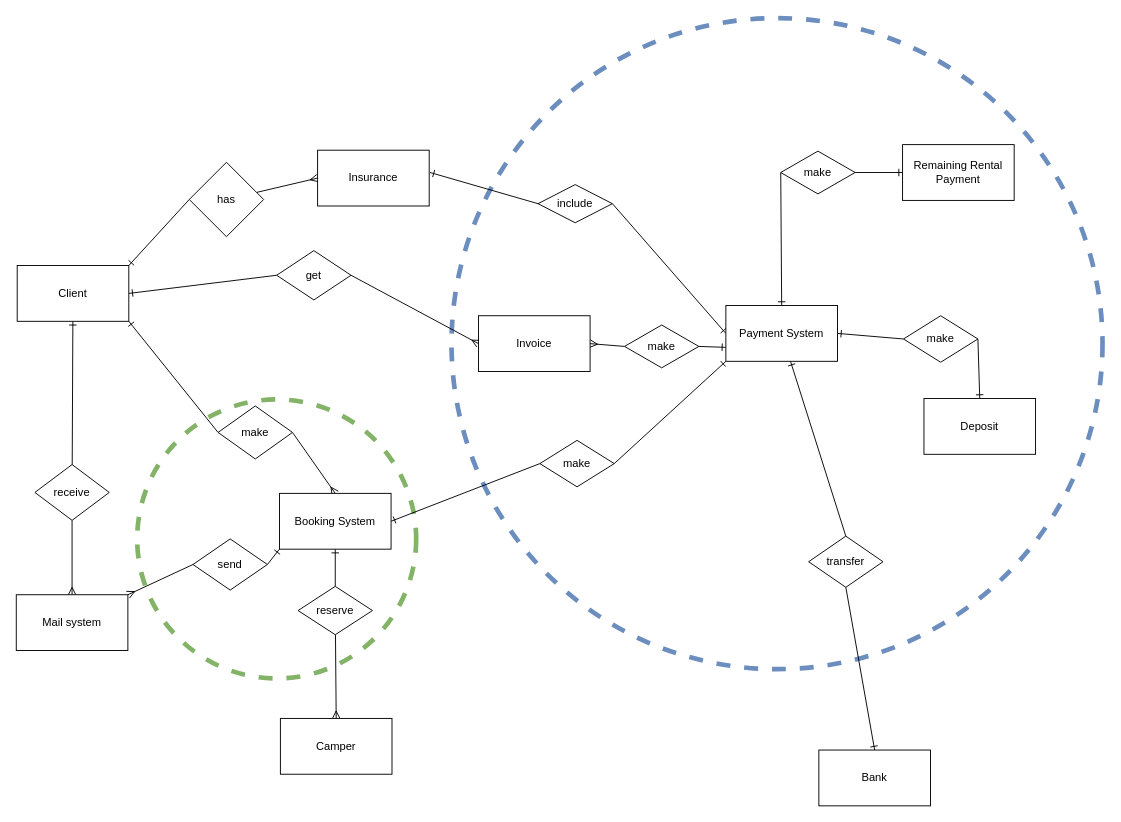
This is page "ER" (1 of 2) of Document/Diagram/ER_DiagramCamper.drawio from Fei-D20/The_Autocamper_rental_business, a draw.io file, before an edit. Source tidied: cells renumbered, new cells numbered last; positions are measured from the earlier drawing's top-left corner, leaving out a move shared by most shapes. Both pictures are drawn from the tidied source at 93%, with x=0, y=0 at pixel (16, 18).
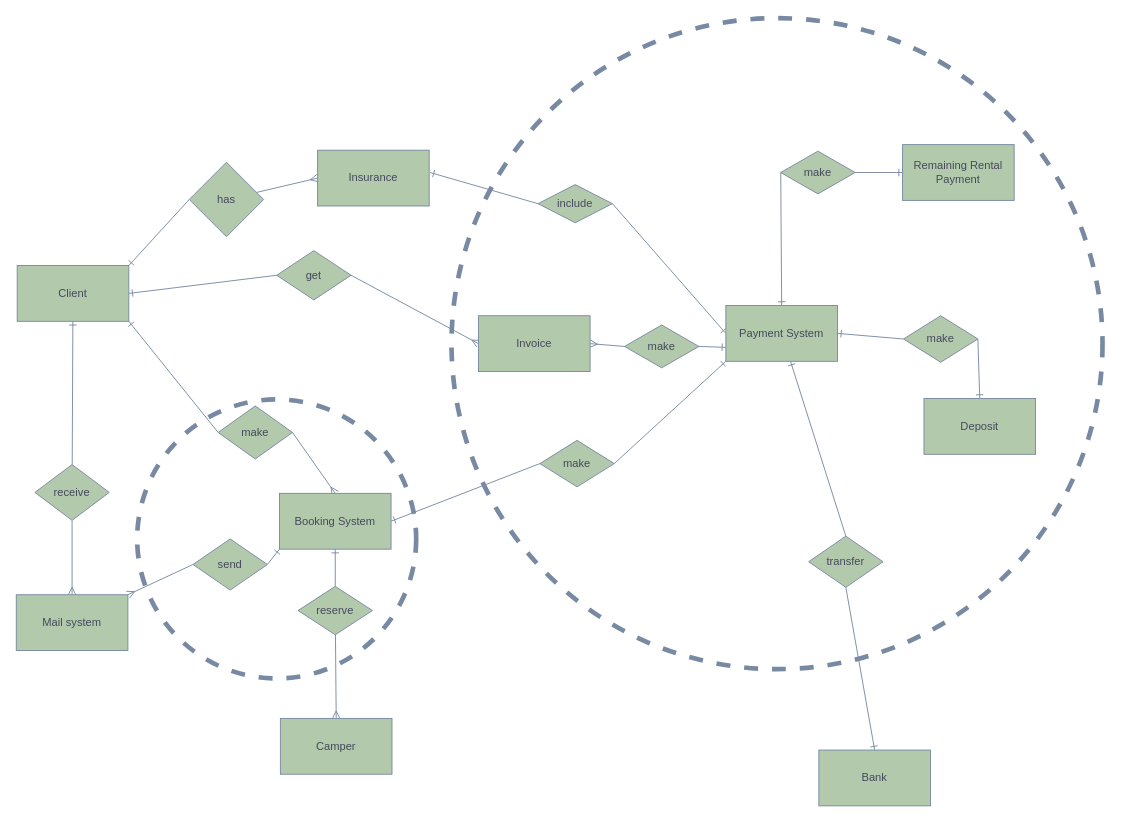
Above is the later version.

Change to the diagram source:
```diff
@@
-    <mxCell id="2" style="ellipse;whiteSpace=wrap;html=1;strokeColor=#6c8ebf;fillColor=none;dashed=1;strokeWidth=5;" parent="1" vertex="1">
+    <mxCell id="2" style="ellipse;whiteSpace=wrap;html=1;strokeColor=#788AA3;fillColor=none;dashed=1;strokeWidth=5;fontColor=#46495D;" parent="1" vertex="1">
       <mxGeometry x="468" width="700" height="700" as="geometry" />
     </mxCell>
-    <mxCell id="3" style="ellipse;whiteSpace=wrap;html=1;dashed=1;strokeWidth=5;strokeColor=#82b366;fillColor=none;" parent="1" vertex="1">
+    <mxCell id="3" style="ellipse;whiteSpace=wrap;html=1;dashed=1;strokeWidth=5;strokeColor=#788AA3;fillColor=none;fontColor=#46495D;" parent="1" vertex="1">
       <mxGeometry x="130" y="410" width="300" height="300" as="geometry" />
     </mxCell>
-    <mxCell id="4" style="edgeStyle=none;rounded=0;jettySize=auto;html=1;entryX=0;entryY=0.5;entryDx=0;entryDy=0;startArrow=ERone;startFill=0;endArrow=none;endFill=0;exitX=1;exitY=1;exitDx=0;exitDy=0;" parent="1" edge="1" source="40" target="6">
+    <mxCell id="4" style="edgeStyle=none;rounded=0;jettySize=auto;html=1;entryX=0;entryY=0.5;entryDx=0;entryDy=0;startArrow=ERone;startFill=0;endArrow=none;endFill=0;exitX=1;exitY=1;exitDx=0;exitDy=0;strokeColor=#788AA3;fontColor=#46495D;" parent="1" edge="1" source="40" target="6">
       <mxGeometry relative="1" as="geometry" />
     </mxCell>
-    <mxCell id="5" style="edgeStyle=none;rounded=0;jettySize=auto;html=1;entryX=0.5;entryY=0;entryDx=0;entryDy=0;endArrow=ERmany;endFill=0;exitX=1;exitY=0.5;exitDx=0;exitDy=0;" parent="1" edge="1" source="6" target="43">
+    <mxCell id="5" style="edgeStyle=none;rounded=0;jettySize=auto;html=1;entryX=0.5;entryY=0;entryDx=0;entryDy=0;endArrow=ERmany;endFill=0;exitX=1;exitY=0.5;exitDx=0;exitDy=0;strokeColor=#788AA3;fontColor=#46495D;" parent="1" edge="1" source="6" target="43">
       <mxGeometry relative="1" as="geometry" />
     </mxCell>
-    <mxCell id="6" value="make" style="rhombus;whiteSpace=wrap;html=1;" parent="1" vertex="1">
+    <mxCell id="6" value="make" style="rhombus;whiteSpace=wrap;html=1;fillColor=#B2C9AB;strokeColor=#788AA3;fontColor=#46495D;" parent="1" vertex="1">
       <mxGeometry x="217" y="417" width="80" height="57" as="geometry" />
     </mxCell>
-    <mxCell id="7" style="edgeStyle=none;rounded=0;jettySize=auto;html=1;entryX=0;entryY=0.5;entryDx=0;entryDy=0;startArrow=ERone;startFill=0;endArrow=none;endFill=0;exitX=1;exitY=0.5;exitDx=0;exitDy=0;" parent="1" edge="1" source="43" target="10">
+    <mxCell id="7" style="edgeStyle=none;rounded=0;jettySize=auto;html=1;entryX=0;entryY=0.5;entryDx=0;entryDy=0;startArrow=ERone;startFill=0;endArrow=none;endFill=0;exitX=1;exitY=0.5;exitDx=0;exitDy=0;strokeColor=#788AA3;fontColor=#46495D;" parent="1" edge="1" source="43" target="10">
       <mxGeometry relative="1" as="geometry" />
     </mxCell>
-    <mxCell id="8" style="edgeStyle=none;rounded=0;jettySize=auto;html=1;startArrow=ERone;startFill=0;endArrow=none;endFill=0;" parent="1" edge="1" source="43" target="13">
+    <mxCell id="8" style="edgeStyle=none;rounded=0;jettySize=auto;html=1;startArrow=ERone;startFill=0;endArrow=none;endFill=0;strokeColor=#788AA3;fontColor=#46495D;" parent="1" edge="1" source="43" target="13">
       <mxGeometry relative="1" as="geometry" />
     </mxCell>
-    <mxCell id="9" style="edgeStyle=none;rounded=0;jettySize=auto;html=1;startArrow=none;startFill=0;endArrow=ERone;endFill=0;entryX=0;entryY=1;entryDx=0;entryDy=0;exitX=1;exitY=0.5;exitDx=0;exitDy=0;" parent="1" edge="1" source="10" target="47">
+    <mxCell id="9" style="edgeStyle=none;rounded=0;jettySize=auto;html=1;startArrow=none;startFill=0;endArrow=ERone;endFill=0;entryX=0;entryY=1;entryDx=0;entryDy=0;exitX=1;exitY=0.5;exitDx=0;exitDy=0;strokeColor=#788AA3;fontColor=#46495D;" parent="1" edge="1" source="10" target="47">
       <mxGeometry relative="1" as="geometry" />
     </mxCell>
-    <mxCell id="10" value="make" style="rhombus;whiteSpace=wrap;html=1;" parent="1" vertex="1">
+    <mxCell id="10" value="make" style="rhombus;whiteSpace=wrap;html=1;fillColor=#B2C9AB;strokeColor=#788AA3;fontColor=#46495D;" parent="1" vertex="1">
       <mxGeometry x="563" y="454" width="80" height="50" as="geometry" />
     </mxCell>
-    <mxCell id="11" style="rounded=0;jettySize=auto;html=1;entryX=0;entryY=0.5;entryDx=0;entryDy=0;startArrow=ERone;startFill=0;endArrow=none;endFill=0;exitX=1;exitY=0;exitDx=0;exitDy=0;" parent="1" edge="1" source="40" target="15">
+    <mxCell id="11" style="rounded=0;jettySize=auto;html=1;entryX=0;entryY=0.5;entryDx=0;entryDy=0;startArrow=ERone;startFill=0;endArrow=none;endFill=0;exitX=1;exitY=0;exitDx=0;exitDy=0;strokeColor=#788AA3;fontColor=#46495D;" parent="1" edge="1" source="40" target="15">
       <mxGeometry relative="1" as="geometry" />
     </mxCell>
-    <mxCell id="12" style="edgeStyle=none;rounded=0;jettySize=auto;html=1;endArrow=ERmany;endFill=0;entryX=0.5;entryY=0;entryDx=0;entryDy=0;" parent="1" edge="1" source="13" target="42">
+    <mxCell id="12" style="edgeStyle=none;rounded=0;jettySize=auto;html=1;endArrow=ERmany;endFill=0;entryX=0.5;entryY=0;entryDx=0;entryDy=0;strokeColor=#788AA3;fontColor=#46495D;" parent="1" edge="1" source="13" target="42">
       <mxGeometry relative="1" as="geometry" />
     </mxCell>
-    <mxCell id="13" value="reserve" style="rhombus;whiteSpace=wrap;html=1;" parent="1" vertex="1">
+    <mxCell id="13" value="reserve" style="rhombus;whiteSpace=wrap;html=1;fillColor=#B2C9AB;strokeColor=#788AA3;fontColor=#46495D;" parent="1" vertex="1">
       <mxGeometry x="303" y="611" width="80" height="52" as="geometry" />
     </mxCell>
-    <mxCell id="14" style="edgeStyle=none;rounded=0;jettySize=auto;html=1;endArrow=ERmany;endFill=0;entryX=0;entryY=0.5;entryDx=0;entryDy=0;" parent="1" edge="1" source="15" target="44">
+    <mxCell id="14" style="edgeStyle=none;rounded=0;jettySize=auto;html=1;endArrow=ERmany;endFill=0;entryX=0;entryY=0.5;entryDx=0;entryDy=0;strokeColor=#788AA3;fontColor=#46495D;" parent="1" edge="1" source="15" target="44">
       <mxGeometry relative="1" as="geometry" />
     </mxCell>
-    <mxCell id="15" value="has" style="rhombus;whiteSpace=wrap;html=1;" parent="1" vertex="1">
+    <mxCell id="15" value="has" style="rhombus;whiteSpace=wrap;html=1;fillColor=#B2C9AB;strokeColor=#788AA3;fontColor=#46495D;" parent="1" vertex="1">
       <mxGeometry x="186" y="155" width="80" height="80" as="geometry" />
     </mxCell>
-    <mxCell id="16" style="edgeStyle=none;rounded=0;jettySize=auto;html=1;endArrow=ERone;endFill=0;entryX=0.5;entryY=0;entryDx=0;entryDy=0;exitX=0.5;exitY=1;exitDx=0;exitDy=0;" parent="1" edge="1" source="17" target="45">
+    <mxCell id="16" style="edgeStyle=none;rounded=0;jettySize=auto;html=1;endArrow=ERone;endFill=0;entryX=0.5;entryY=0;entryDx=0;entryDy=0;exitX=0.5;exitY=1;exitDx=0;exitDy=0;strokeColor=#788AA3;fontColor=#46495D;" parent="1" edge="1" source="17" target="45">
       <mxGeometry relative="1" as="geometry" />
     </mxCell>
-    <mxCell id="17" value="transfer" style="rhombus;whiteSpace=wrap;html=1;" parent="1" vertex="1">
+    <mxCell id="17" value="transfer" style="rhombus;whiteSpace=wrap;html=1;fillColor=#B2C9AB;strokeColor=#788AA3;fontColor=#46495D;" parent="1" vertex="1">
       <mxGeometry x="852" y="557" width="80" height="55" as="geometry" />
     </mxCell>
-    <mxCell id="18" style="edgeStyle=none;rounded=0;jettySize=auto;html=1;entryX=1.008;entryY=0.4;entryDx=0;entryDy=0;endArrow=ERone;endFill=0;startArrow=none;entryPerimeter=0;exitX=0;exitY=0.5;exitDx=0;exitDy=0;" parent="1" edge="1" source="19" target="44">
+    <mxCell id="18" style="edgeStyle=none;rounded=0;jettySize=auto;html=1;entryX=1.008;entryY=0.4;entryDx=0;entryDy=0;endArrow=ERone;endFill=0;startArrow=none;entryPerimeter=0;exitX=0;exitY=0.5;exitDx=0;exitDy=0;strokeColor=#788AA3;fontColor=#46495D;" parent="1" edge="1" source="19" target="44">
       <mxGeometry relative="1" as="geometry" />
     </mxCell>
-    <mxCell id="19" value="include" style="rhombus;whiteSpace=wrap;html=1;" parent="1" vertex="1">
+    <mxCell id="19" value="include" style="rhombus;whiteSpace=wrap;html=1;fillColor=#B2C9AB;strokeColor=#788AA3;fontColor=#46495D;" parent="1" vertex="1">
       <mxGeometry x="561" y="179" width="80" height="41" as="geometry" />
     </mxCell>
-    <mxCell id="20" style="edgeStyle=none;rounded=0;jettySize=auto;html=1;startArrow=ERone;startFill=0;endArrow=none;endFill=0;exitX=0.5;exitY=0;exitDx=0;exitDy=0;entryX=0;entryY=0.5;entryDx=0;entryDy=0;" parent="1" edge="1" source="47" target="26">
+    <mxCell id="20" style="edgeStyle=none;rounded=0;jettySize=auto;html=1;startArrow=ERone;startFill=0;endArrow=none;endFill=0;exitX=0.5;exitY=0;exitDx=0;exitDy=0;entryX=0;entryY=0.5;entryDx=0;entryDy=0;strokeColor=#788AA3;fontColor=#46495D;" parent="1" edge="1" source="47" target="26">
       <mxGeometry relative="1" as="geometry" />
     </mxCell>
-    <mxCell id="21" style="edgeStyle=none;rounded=0;jettySize=auto;html=1;entryX=1;entryY=0.5;entryDx=0;entryDy=0;startArrow=ERone;startFill=0;endArrow=none;endFill=0;exitX=0;exitY=0.5;exitDx=0;exitDy=0;" parent="1" edge="1" source="47" target="19">
+    <mxCell id="21" style="edgeStyle=none;rounded=0;jettySize=auto;html=1;entryX=1;entryY=0.5;entryDx=0;entryDy=0;startArrow=ERone;startFill=0;endArrow=none;endFill=0;exitX=0;exitY=0.5;exitDx=0;exitDy=0;strokeColor=#788AA3;fontColor=#46495D;" parent="1" edge="1" source="47" target="19">
       <mxGeometry relative="1" as="geometry" />
     </mxCell>
-    <mxCell id="22" style="edgeStyle=none;rounded=0;jettySize=auto;html=1;startArrow=ERone;startFill=0;endArrow=none;endFill=0;exitX=1;exitY=0.5;exitDx=0;exitDy=0;entryX=0;entryY=0.5;entryDx=0;entryDy=0;" parent="1" edge="1" source="47" target="28">
+    <mxCell id="22" style="edgeStyle=none;rounded=0;jettySize=auto;html=1;startArrow=ERone;startFill=0;endArrow=none;endFill=0;exitX=1;exitY=0.5;exitDx=0;exitDy=0;entryX=0;entryY=0.5;entryDx=0;entryDy=0;strokeColor=#788AA3;fontColor=#46495D;" parent="1" edge="1" source="47" target="28">
       <mxGeometry relative="1" as="geometry" />
     </mxCell>
-    <mxCell id="23" style="edgeStyle=none;rounded=0;jettySize=auto;html=1;startArrow=ERone;startFill=0;endArrow=none;endFill=0;exitX=0;exitY=0.75;exitDx=0;exitDy=0;entryX=1;entryY=0.5;entryDx=0;entryDy=0;" parent="1" edge="1" source="47" target="30">
+    <mxCell id="23" style="edgeStyle=none;rounded=0;jettySize=auto;html=1;startArrow=ERone;startFill=0;endArrow=none;endFill=0;exitX=0;exitY=0.75;exitDx=0;exitDy=0;entryX=1;entryY=0.5;entryDx=0;entryDy=0;strokeColor=#788AA3;fontColor=#46495D;" parent="1" edge="1" source="47" target="30">
       <mxGeometry relative="1" as="geometry" />
     </mxCell>
-    <mxCell id="24" style="edgeStyle=none;rounded=0;jettySize=auto;html=1;endArrow=none;endFill=0;startArrow=ERone;startFill=0;entryX=0.5;entryY=0;entryDx=0;entryDy=0;" parent="1" edge="1" source="47" target="17">
+    <mxCell id="24" style="edgeStyle=none;rounded=0;jettySize=auto;html=1;endArrow=none;endFill=0;startArrow=ERone;startFill=0;entryX=0.5;entryY=0;entryDx=0;entryDy=0;strokeColor=#788AA3;fontColor=#46495D;" parent="1" edge="1" source="47" target="17">
       <mxGeometry relative="1" as="geometry" />
     </mxCell>
-    <mxCell id="25" style="edgeStyle=none;rounded=0;jettySize=auto;html=1;endArrow=ERone;endFill=0;entryX=0;entryY=0.5;entryDx=0;entryDy=0;exitX=1;exitY=0.5;exitDx=0;exitDy=0;" parent="1" edge="1" source="26" target="48">
+    <mxCell id="25" style="edgeStyle=none;rounded=0;jettySize=auto;html=1;endArrow=ERone;endFill=0;entryX=0;entryY=0.5;entryDx=0;entryDy=0;exitX=1;exitY=0.5;exitDx=0;exitDy=0;strokeColor=#788AA3;fontColor=#46495D;" parent="1" edge="1" source="26" target="48">
       <mxGeometry relative="1" as="geometry" />
     </mxCell>
-    <mxCell id="26" value="make" style="rhombus;whiteSpace=wrap;html=1;" parent="1" vertex="1">
+    <mxCell id="26" value="make" style="rhombus;whiteSpace=wrap;html=1;fillColor=#B2C9AB;strokeColor=#788AA3;fontColor=#46495D;" parent="1" vertex="1">
       <mxGeometry x="822" y="143" width="80" height="46" as="geometry" />
     </mxCell>
-    <mxCell id="27" style="edgeStyle=none;rounded=0;jettySize=auto;html=1;endArrow=ERone;endFill=0;entryX=0.5;entryY=0;entryDx=0;entryDy=0;exitX=1;exitY=0.5;exitDx=0;exitDy=0;" parent="1" edge="1" source="28" target="49">
+    <mxCell id="27" style="edgeStyle=none;rounded=0;jettySize=auto;html=1;endArrow=ERone;endFill=0;entryX=0.5;entryY=0;entryDx=0;entryDy=0;exitX=1;exitY=0.5;exitDx=0;exitDy=0;strokeColor=#788AA3;fontColor=#46495D;" parent="1" edge="1" source="28" target="49">
       <mxGeometry relative="1" as="geometry" />
     </mxCell>
-    <mxCell id="28" value="make" style="rhombus;whiteSpace=wrap;html=1;" parent="1" vertex="1">
+    <mxCell id="28" value="make" style="rhombus;whiteSpace=wrap;html=1;fillColor=#B2C9AB;strokeColor=#788AA3;fontColor=#46495D;" parent="1" vertex="1">
       <mxGeometry x="954" y="320" width="80" height="50" as="geometry" />
     </mxCell>
-    <mxCell id="29" style="edgeStyle=none;rounded=0;jettySize=auto;html=1;startArrow=none;startFill=0;endArrow=ERmany;endFill=0;entryX=1;entryY=0.5;entryDx=0;entryDy=0;exitX=0;exitY=0.5;exitDx=0;exitDy=0;" parent="1" edge="1" source="30" target="46">
+    <mxCell id="29" style="edgeStyle=none;rounded=0;jettySize=auto;html=1;startArrow=none;startFill=0;endArrow=ERmany;endFill=0;entryX=1;entryY=0.5;entryDx=0;entryDy=0;exitX=0;exitY=0.5;exitDx=0;exitDy=0;strokeColor=#788AA3;fontColor=#46495D;" parent="1" edge="1" source="30" target="46">
       <mxGeometry relative="1" as="geometry" />
     </mxCell>
-    <mxCell id="30" value="make" style="rhombus;whiteSpace=wrap;html=1;" parent="1" vertex="1">
+    <mxCell id="30" value="make" style="rhombus;whiteSpace=wrap;html=1;fillColor=#B2C9AB;strokeColor=#788AA3;fontColor=#46495D;" parent="1" vertex="1">
       <mxGeometry x="654" y="330" width="80" height="46" as="geometry" />
     </mxCell>
-    <mxCell id="31" style="edgeStyle=none;rounded=0;jettySize=auto;html=1;startArrow=ERmany;startFill=0;endArrow=none;endFill=0;exitX=0;exitY=0.5;exitDx=0;exitDy=0;entryX=1;entryY=0.5;entryDx=0;entryDy=0;" parent="1" edge="1" source="46" target="37">
+    <mxCell id="31" style="edgeStyle=none;rounded=0;jettySize=auto;html=1;startArrow=ERmany;startFill=0;endArrow=none;endFill=0;exitX=0;exitY=0.5;exitDx=0;exitDy=0;entryX=1;entryY=0.5;entryDx=0;entryDy=0;strokeColor=#788AA3;fontColor=#46495D;" parent="1" edge="1" source="46" target="37">
       <mxGeometry relative="1" as="geometry" />
     </mxCell>
-    <mxCell id="32" style="edgeStyle=none;rounded=0;jettySize=auto;html=1;startArrow=none;startFill=0;endArrow=ERmany;endFill=0;entryX=1;entryY=0;entryDx=0;entryDy=0;exitX=0;exitY=0.5;exitDx=0;exitDy=0;" parent="1" edge="1" source="34" target="41">
+    <mxCell id="32" style="edgeStyle=none;rounded=0;jettySize=auto;html=1;startArrow=none;startFill=0;endArrow=ERmany;endFill=0;entryX=1;entryY=0;entryDx=0;entryDy=0;exitX=0;exitY=0.5;exitDx=0;exitDy=0;strokeColor=#788AA3;fontColor=#46495D;" parent="1" edge="1" source="34" target="41">
       <mxGeometry relative="1" as="geometry" />
     </mxCell>
-    <mxCell id="33" style="rounded=0;jettySize=auto;html=1;startArrow=none;startFill=0;endArrow=ERone;endFill=0;entryX=0;entryY=1;entryDx=0;entryDy=0;exitX=1;exitY=0.5;exitDx=0;exitDy=0;" parent="1" edge="1" source="34" target="43">
+    <mxCell id="33" style="rounded=0;jettySize=auto;html=1;startArrow=none;startFill=0;endArrow=ERone;endFill=0;entryX=0;entryY=1;entryDx=0;entryDy=0;exitX=1;exitY=0.5;exitDx=0;exitDy=0;strokeColor=#788AA3;fontColor=#46495D;" parent="1" edge="1" source="34" target="43">
       <mxGeometry relative="1" as="geometry" />
     </mxCell>
-    <mxCell id="34" value="send" style="rhombus;whiteSpace=wrap;html=1;" parent="1" vertex="1">
+    <mxCell id="34" value="send" style="rhombus;whiteSpace=wrap;html=1;fillColor=#B2C9AB;strokeColor=#788AA3;fontColor=#46495D;" parent="1" vertex="1">
       <mxGeometry x="190" y="560" width="80" height="55" as="geometry" />
     </mxCell>
-    <mxCell id="35" style="edgeStyle=none;rounded=0;jettySize=auto;html=1;startArrow=ERmany;startFill=0;endArrow=none;endFill=0;exitX=0.5;exitY=0;exitDx=0;exitDy=0;" parent="1" edge="1" source="41" target="39">
+    <mxCell id="35" style="edgeStyle=none;rounded=0;jettySize=auto;html=1;startArrow=ERmany;startFill=0;endArrow=none;endFill=0;exitX=0.5;exitY=0;exitDx=0;exitDy=0;strokeColor=#788AA3;fontColor=#46495D;" parent="1" edge="1" source="41" target="39">
       <mxGeometry relative="1" as="geometry" />
     </mxCell>
-    <mxCell id="36" style="edgeStyle=none;rounded=0;jettySize=auto;html=1;startArrow=none;startFill=0;endArrow=ERone;endFill=0;entryX=1;entryY=0.5;entryDx=0;entryDy=0;exitX=0;exitY=0.5;exitDx=0;exitDy=0;" parent="1" edge="1" source="37" target="40">
+    <mxCell id="36" style="edgeStyle=none;rounded=0;jettySize=auto;html=1;startArrow=none;startFill=0;endArrow=ERone;endFill=0;entryX=1;entryY=0.5;entryDx=0;entryDy=0;exitX=0;exitY=0.5;exitDx=0;exitDy=0;strokeColor=#788AA3;fontColor=#46495D;" parent="1" edge="1" source="37" target="40">
       <mxGeometry relative="1" as="geometry" />
     </mxCell>
-    <mxCell id="37" value="get" style="rhombus;whiteSpace=wrap;html=1;" parent="1" vertex="1">
+    <mxCell id="37" value="get" style="rhombus;whiteSpace=wrap;html=1;fillColor=#B2C9AB;strokeColor=#788AA3;fontColor=#46495D;" parent="1" vertex="1">
       <mxGeometry x="280" y="250" width="80" height="53" as="geometry" />
     </mxCell>
-    <mxCell id="38" style="edgeStyle=none;rounded=0;jettySize=auto;html=1;startArrow=none;startFill=0;endArrow=ERone;endFill=0;" parent="1" edge="1" source="39" target="40">
+    <mxCell id="38" style="edgeStyle=none;rounded=0;jettySize=auto;html=1;startArrow=none;startFill=0;endArrow=ERone;endFill=0;strokeColor=#788AA3;fontColor=#46495D;" parent="1" edge="1" source="39" target="40">
       <mxGeometry relative="1" as="geometry" />
     </mxCell>
-    <mxCell id="39" value="receive" style="rhombus;whiteSpace=wrap;html=1;" parent="1" vertex="1">
+    <mxCell id="39" value="receive" style="rhombus;whiteSpace=wrap;html=1;fillColor=#B2C9AB;strokeColor=#788AA3;fontColor=#46495D;" parent="1" vertex="1">
       <mxGeometry x="20" y="480" width="80" height="60" as="geometry" />
     </mxCell>
-    <mxCell id="40" value="Client" style="rounded=0;whiteSpace=wrap;html=1;" parent="1" vertex="1">
+    <mxCell id="40" value="Client" style="rounded=0;whiteSpace=wrap;html=1;fillColor=#B2C9AB;strokeColor=#788AA3;fontColor=#46495D;" parent="1" vertex="1">
       <mxGeometry x="1" y="266" width="120" height="60" as="geometry" />
     </mxCell>
-    <mxCell id="41" value="Mail system" style="rounded=0;whiteSpace=wrap;html=1;" parent="1" vertex="1">
+    <mxCell id="41" value="Mail system" style="rounded=0;whiteSpace=wrap;html=1;fillColor=#B2C9AB;strokeColor=#788AA3;fontColor=#46495D;" parent="1" vertex="1">
       <mxGeometry y="620" width="120" height="60" as="geometry" />
     </mxCell>
-    <mxCell id="42" value="Camper" style="rounded=0;whiteSpace=wrap;html=1;" parent="1" vertex="1">
+    <mxCell id="42" value="Camper" style="rounded=0;whiteSpace=wrap;html=1;fillColor=#B2C9AB;strokeColor=#788AA3;fontColor=#46495D;" parent="1" vertex="1">
       <mxGeometry x="284" y="753" width="120" height="60" as="geometry" />
     </mxCell>
-    <mxCell id="43" value="Booking System" style="rounded=0;whiteSpace=wrap;html=1;" parent="1" vertex="1">
+    <mxCell id="43" value="Booking System" style="rounded=0;whiteSpace=wrap;html=1;fillColor=#B2C9AB;strokeColor=#788AA3;fontColor=#46495D;" parent="1" vertex="1">
       <mxGeometry x="283" y="511" width="120" height="60" as="geometry" />
     </mxCell>
-    <mxCell id="44" value="Insurance" style="rounded=0;whiteSpace=wrap;html=1;" parent="1" vertex="1">
+    <mxCell id="44" value="Insurance" style="rounded=0;whiteSpace=wrap;html=1;fillColor=#B2C9AB;strokeColor=#788AA3;fontColor=#46495D;" parent="1" vertex="1">
       <mxGeometry x="324" y="142" width="120" height="60" as="geometry" />
     </mxCell>
-    <mxCell id="45" value="Bank" style="rounded=0;whiteSpace=wrap;html=1;" parent="1" vertex="1">
+    <mxCell id="45" value="Bank" style="rounded=0;whiteSpace=wrap;html=1;fillColor=#B2C9AB;strokeColor=#788AA3;fontColor=#46495D;" parent="1" vertex="1">
       <mxGeometry x="863" y="787" width="120" height="60" as="geometry" />
     </mxCell>
-    <mxCell id="46" value="Invoice" style="rounded=0;whiteSpace=wrap;html=1;" parent="1" vertex="1">
+    <mxCell id="46" value="Invoice" style="rounded=0;whiteSpace=wrap;html=1;fillColor=#B2C9AB;strokeColor=#788AA3;fontColor=#46495D;" parent="1" vertex="1">
       <mxGeometry x="497" y="320" width="120" height="60" as="geometry" />
     </mxCell>
-    <mxCell id="47" value="Payment System" style="rounded=0;whiteSpace=wrap;html=1;" parent="1" vertex="1">
+    <mxCell id="47" value="Payment System" style="rounded=0;whiteSpace=wrap;html=1;fillColor=#B2C9AB;strokeColor=#788AA3;fontColor=#46495D;" parent="1" vertex="1">
       <mxGeometry x="763" y="309" width="120" height="60" as="geometry" />
     </mxCell>
-    <mxCell id="48" value="Remaining Rental Payment" style="rounded=0;whiteSpace=wrap;html=1;" parent="1" vertex="1">
+    <mxCell id="48" value="Remaining Rental Payment" style="rounded=0;whiteSpace=wrap;html=1;fillColor=#B2C9AB;strokeColor=#788AA3;fontColor=#46495D;" parent="1" vertex="1">
       <mxGeometry x="953" y="136" width="120" height="60" as="geometry" />
     </mxCell>
-    <mxCell id="49" value="Deposit" style="rounded=0;whiteSpace=wrap;html=1;" parent="1" vertex="1">
+    <mxCell id="49" value="Deposit" style="rounded=0;whiteSpace=wrap;html=1;fillColor=#B2C9AB;strokeColor=#788AA3;fontColor=#46495D;" parent="1" vertex="1">
       <mxGeometry x="976" y="409" width="120" height="60" as="geometry" />
     </mxCell>
```
